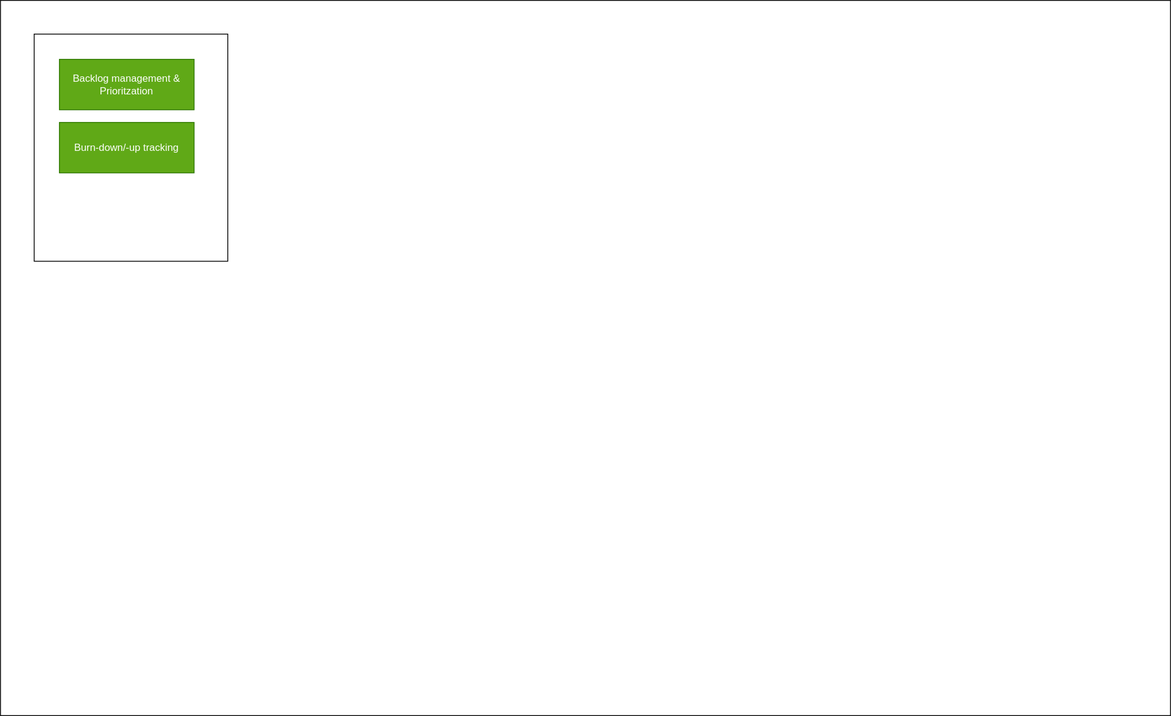
Before: content/technology/architecture/capabilities/devops/devopscapabilities.drawio.svg, a diagram exported from draw.io (Altinn/altinn-studio-docs). Source tidied: cells renumbered, new cells last; positions are measured from the earlier drawing's top-left corner, leaving out a move shared by most shapes. Source of this version:
```xml
<mxGraphModel>
  <root>
    <mxCell id="0" />
    <mxCell id="1" parent="0" />
    <mxCell id="2" style="rounded=0;whiteSpace=wrap;html=1;" parent="1" vertex="1">
      <mxGeometry width="1390" height="850" as="geometry" />
    </mxCell>
    <mxCell id="3" style="rounded=0;whiteSpace=wrap;html=1;" parent="1" vertex="1">
      <mxGeometry x="40" y="40" width="230" height="270" as="geometry" />
    </mxCell>
    <mxCell id="4" value="Backlog management &amp;amp; Prioritzation" style="rounded=0;whiteSpace=wrap;html=1;fillColor=#60a917;fontColor=#ffffff;strokeColor=#2D7600;" parent="1" vertex="1">
      <mxGeometry x="70" y="70" width="160" height="60" as="geometry" />
    </mxCell>
    <mxCell id="5" value="Burn-down/-up tracking" style="rounded=0;whiteSpace=wrap;html=1;fillColor=#60a917;fontColor=#ffffff;strokeColor=#2D7600;" parent="1" vertex="1">
      <mxGeometry x="70" y="145" width="160" height="60" as="geometry" />
    </mxCell>
  </root>
</mxGraphModel>
```
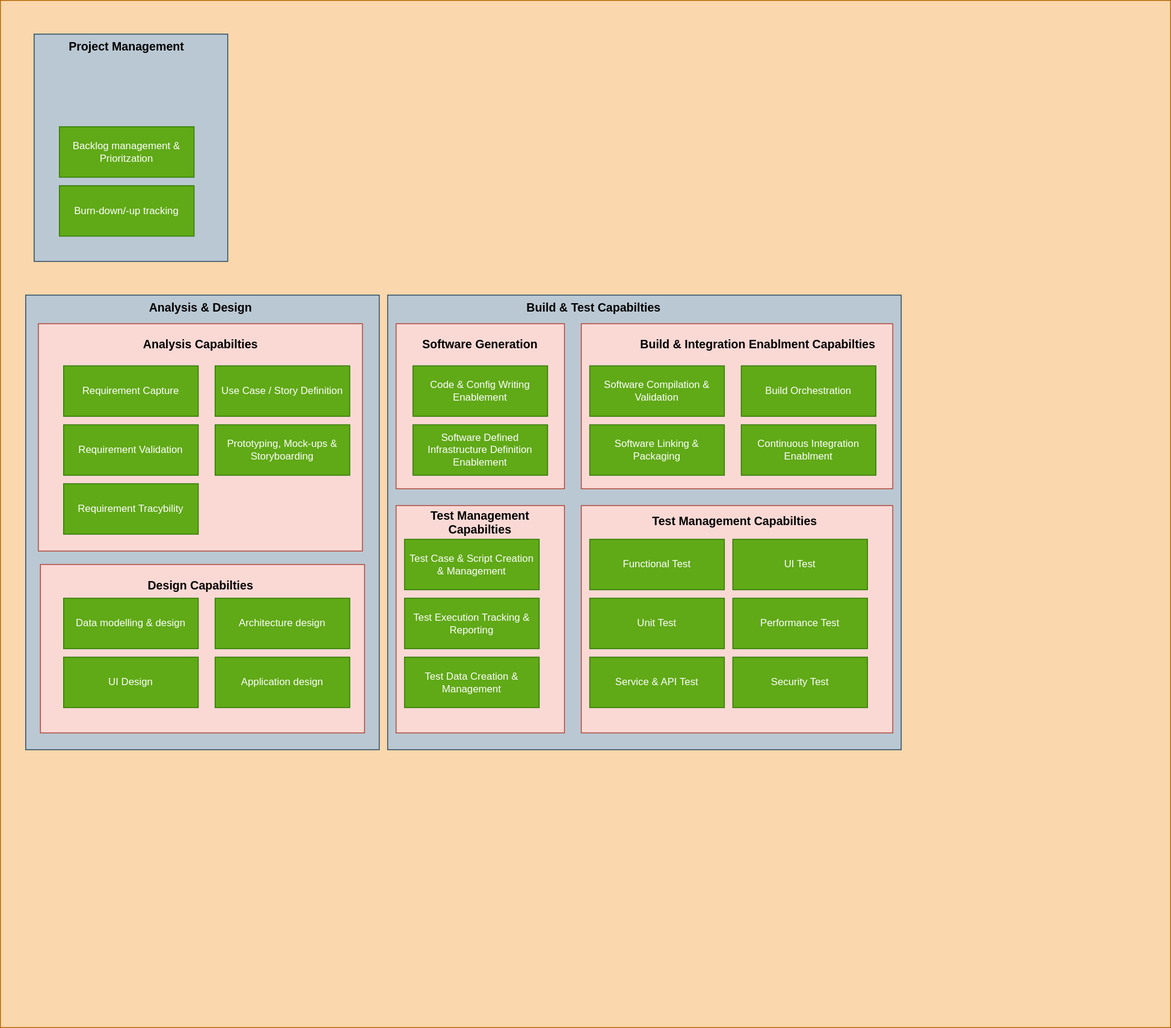
After the change.

Diff of the diagram source:
```diff
@@ -2,17 +2,140 @@
   <root>
     <mxCell id="0" />
     <mxCell id="1" parent="0" />
-    <mxCell id="2" style="rounded=0;whiteSpace=wrap;html=1;" parent="1" vertex="1">
-      <mxGeometry width="1390" height="850" as="geometry" />
+    <mxCell id="2" style="rounded=0;whiteSpace=wrap;html=1;fillColor=#fad7ac;strokeColor=#b46504;" parent="1" vertex="1">
+      <mxGeometry width="1390" height="1220" as="geometry" />
     </mxCell>
-    <mxCell id="3" style="rounded=0;whiteSpace=wrap;html=1;" parent="1" vertex="1">
+    <mxCell id="3" style="rounded=0;whiteSpace=wrap;html=1;fillColor=#bac8d3;strokeColor=#23445d;" parent="1" vertex="1">
       <mxGeometry x="40" y="40" width="230" height="270" as="geometry" />
     </mxCell>
     <mxCell id="4" value="Backlog management &amp;amp; Prioritzation" style="rounded=0;whiteSpace=wrap;html=1;fillColor=#60a917;fontColor=#ffffff;strokeColor=#2D7600;" parent="1" vertex="1">
-      <mxGeometry x="70" y="70" width="160" height="60" as="geometry" />
+      <mxGeometry x="70" y="150" width="160" height="60" as="geometry" />
     </mxCell>
     <mxCell id="5" value="Burn-down/-up tracking" style="rounded=0;whiteSpace=wrap;html=1;fillColor=#60a917;fontColor=#ffffff;strokeColor=#2D7600;" parent="1" vertex="1">
-      <mxGeometry x="70" y="145" width="160" height="60" as="geometry" />
+      <mxGeometry x="70" y="220" width="160" height="60" as="geometry" />
     </mxCell>
+    <mxCell id="6" value="Project Management" style="text;html=1;strokeColor=none;fillColor=none;align=center;verticalAlign=middle;whiteSpace=wrap;rounded=0;fontColor=#000000;fontStyle=1;fontSize=14;" parent="1" vertex="1">
+      <mxGeometry x="45" y="40" width="210" height="30" as="geometry" />
+    </mxCell>
+    <mxCell id="7" style="rounded=0;whiteSpace=wrap;html=1;fillColor=#bac8d3;strokeColor=#23445d;" parent="1" vertex="1">
+      <mxGeometry x="30" y="350" width="420" height="540" as="geometry" />
+    </mxCell>
+    <mxCell id="8" value="Analysis &amp;amp; Design" style="text;html=1;strokeColor=none;fillColor=none;align=center;verticalAlign=middle;whiteSpace=wrap;rounded=0;fontColor=#000000;fontStyle=1;fontSize=14;" parent="1" vertex="1">
+      <mxGeometry x="132.5" y="350" width="210" height="30" as="geometry" />
+    </mxCell>
+    <mxCell id="9" style="rounded=0;whiteSpace=wrap;html=1;fillColor=#fad9d5;strokeColor=#ae4132;" parent="1" vertex="1">
+      <mxGeometry x="45" y="384" width="385" height="270" as="geometry" />
+    </mxCell>
+    <mxCell id="10" value="Analysis Capabilties" style="text;html=1;strokeColor=none;fillColor=none;align=center;verticalAlign=middle;whiteSpace=wrap;rounded=0;fontColor=#000000;fontStyle=1;fontSize=14;" parent="1" vertex="1">
+      <mxGeometry x="132.5" y="394" width="210" height="30" as="geometry" />
+    </mxCell>
+    <mxCell id="11" value="Requirement Capture" style="rounded=0;whiteSpace=wrap;html=1;fillColor=#60a917;fontColor=#ffffff;strokeColor=#2D7600;" parent="1" vertex="1">
+      <mxGeometry x="75" y="434" width="160" height="60" as="geometry" />
+    </mxCell>
+    <mxCell id="12" value="Use Case / Story Definition" style="rounded=0;whiteSpace=wrap;html=1;fillColor=#60a917;fontColor=#ffffff;strokeColor=#2D7600;" parent="1" vertex="1">
+      <mxGeometry x="255" y="434" width="160" height="60" as="geometry" />
+    </mxCell>
+    <mxCell id="13" value="Requirement Validation" style="rounded=0;whiteSpace=wrap;html=1;fillColor=#60a917;fontColor=#ffffff;strokeColor=#2D7600;" parent="1" vertex="1">
+      <mxGeometry x="75" y="504" width="160" height="60" as="geometry" />
+    </mxCell>
+    <mxCell id="14" value="Requirement Tracybility" style="rounded=0;whiteSpace=wrap;html=1;fillColor=#60a917;fontColor=#ffffff;strokeColor=#2D7600;" parent="1" vertex="1">
+      <mxGeometry x="75" y="574" width="160" height="60" as="geometry" />
+    </mxCell>
+    <mxCell id="15" value="Prototyping, Mock-ups &amp;amp; Storyboarding" style="rounded=0;whiteSpace=wrap;html=1;fillColor=#60a917;fontColor=#ffffff;strokeColor=#2D7600;" parent="1" vertex="1">
+      <mxGeometry x="255" y="504" width="160" height="60" as="geometry" />
+    </mxCell>
+    <mxCell id="16" style="rounded=0;whiteSpace=wrap;html=1;fillColor=#fad9d5;strokeColor=#ae4132;" parent="1" vertex="1">
+      <mxGeometry x="47.5" y="670" width="385" height="200" as="geometry" />
+    </mxCell>
+    <mxCell id="17" value="Data modelling &amp;amp; design" style="rounded=0;whiteSpace=wrap;html=1;fillColor=#60a917;fontColor=#ffffff;strokeColor=#2D7600;" parent="1" vertex="1">
+      <mxGeometry x="75" y="710" width="160" height="60" as="geometry" />
+    </mxCell>
+    <mxCell id="18" value="Architecture design" style="rounded=0;whiteSpace=wrap;html=1;fillColor=#60a917;fontColor=#ffffff;strokeColor=#2D7600;" parent="1" vertex="1">
+      <mxGeometry x="255" y="710" width="160" height="60" as="geometry" />
+    </mxCell>
+    <mxCell id="19" value="UI Design" style="rounded=0;whiteSpace=wrap;html=1;fillColor=#60a917;fontColor=#ffffff;strokeColor=#2D7600;" parent="1" vertex="1">
+      <mxGeometry x="75" y="780" width="160" height="60" as="geometry" />
+    </mxCell>
+    <mxCell id="20" value="Application design" style="rounded=0;whiteSpace=wrap;html=1;fillColor=#60a917;fontColor=#ffffff;strokeColor=#2D7600;" parent="1" vertex="1">
+      <mxGeometry x="255" y="780" width="160" height="60" as="geometry" />
+    </mxCell>
+    <mxCell id="21" value="Design Capabilties" style="text;html=1;strokeColor=none;fillColor=none;align=center;verticalAlign=middle;whiteSpace=wrap;rounded=0;fontColor=#000000;fontStyle=1;fontSize=14;" parent="1" vertex="1">
+      <mxGeometry x="132.5" y="680" width="210" height="30" as="geometry" />
+    </mxCell>
+    <mxCell id="22" style="rounded=0;whiteSpace=wrap;html=1;fillColor=#bac8d3;strokeColor=#23445d;" parent="1" vertex="1">
+      <mxGeometry x="460" y="350" width="610" height="540" as="geometry" />
+    </mxCell>
+    <mxCell id="23" style="rounded=0;whiteSpace=wrap;html=1;fillColor=#fad9d5;strokeColor=#ae4132;" parent="1" vertex="1">
+      <mxGeometry x="470" y="384" width="200" height="196" as="geometry" />
+    </mxCell>
+    <mxCell id="24" value="Code &amp;amp; Config Writing Enablement" style="rounded=0;whiteSpace=wrap;html=1;fillColor=#60a917;fontColor=#ffffff;strokeColor=#2D7600;" parent="1" vertex="1">
+      <mxGeometry x="490" y="434" width="160" height="60" as="geometry" />
+    </mxCell>
+    <mxCell id="25" value="Software Defined Infrastructure Definition Enablement" style="rounded=0;whiteSpace=wrap;html=1;fillColor=#60a917;fontColor=#ffffff;strokeColor=#2D7600;" parent="1" vertex="1">
+      <mxGeometry x="490" y="504" width="160" height="60" as="geometry" />
+    </mxCell>
+    <mxCell id="26" value="Software Generation" style="text;html=1;strokeColor=none;fillColor=none;align=center;verticalAlign=middle;whiteSpace=wrap;rounded=0;fontColor=#000000;fontStyle=1;fontSize=14;" parent="1" vertex="1">
+      <mxGeometry x="465" y="394" width="210" height="30" as="geometry" />
+    </mxCell>
+    <mxCell id="27" style="rounded=0;whiteSpace=wrap;html=1;fillColor=#fad9d5;strokeColor=#ae4132;" parent="1" vertex="1">
+      <mxGeometry x="690" y="384" width="370" height="196" as="geometry" />
+    </mxCell>
+    <mxCell id="28" value="Build &amp;amp; Integration Enablment Capabilties" style="text;html=1;strokeColor=none;fillColor=none;align=center;verticalAlign=middle;whiteSpace=wrap;rounded=0;fontColor=#000000;fontStyle=1;fontSize=14;" parent="1" vertex="1">
+      <mxGeometry x="745" y="394" width="310" height="30" as="geometry" />
+    </mxCell>
+    <mxCell id="29" value="Software Compilation &amp;amp; Validation" style="rounded=0;whiteSpace=wrap;html=1;fillColor=#60a917;fontColor=#ffffff;strokeColor=#2D7600;" parent="1" vertex="1">
+      <mxGeometry x="700" y="434" width="160" height="60" as="geometry" />
+    </mxCell>
+    <mxCell id="30" value="Build Orchestration" style="rounded=0;whiteSpace=wrap;html=1;fillColor=#60a917;fontColor=#ffffff;strokeColor=#2D7600;" parent="1" vertex="1">
+      <mxGeometry x="880" y="434" width="160" height="60" as="geometry" />
+    </mxCell>
+    <mxCell id="31" value="Continuous Integration Enablment" style="rounded=0;whiteSpace=wrap;html=1;fillColor=#60a917;fontColor=#ffffff;strokeColor=#2D7600;" parent="1" vertex="1">
+      <mxGeometry x="880" y="504" width="160" height="60" as="geometry" />
+    </mxCell>
+    <mxCell id="32" value="Software Linking &amp;amp; Packaging" style="rounded=0;whiteSpace=wrap;html=1;fillColor=#60a917;fontColor=#ffffff;strokeColor=#2D7600;" parent="1" vertex="1">
+      <mxGeometry x="700" y="504" width="160" height="60" as="geometry" />
+    </mxCell>
+    <mxCell id="33" style="rounded=0;whiteSpace=wrap;html=1;fillColor=#fad9d5;strokeColor=#ae4132;fontStyle=1;" parent="1" vertex="1">
+      <mxGeometry x="470" y="600" width="200" height="270" as="geometry" />
+    </mxCell>
+    <mxCell id="34" value="Test Management Capabilties" style="text;html=1;strokeColor=none;fillColor=none;align=center;verticalAlign=middle;whiteSpace=wrap;rounded=0;fontColor=#000000;fontStyle=1;fontSize=14;" parent="1" vertex="1">
+      <mxGeometry x="510" y="605" width="120" height="30" as="geometry" />
+    </mxCell>
+    <mxCell id="35" value="Test Execution Tracking &amp;amp; Reporting" style="rounded=0;whiteSpace=wrap;html=1;fillColor=#60a917;fontColor=#ffffff;strokeColor=#2D7600;" parent="1" vertex="1">
+      <mxGeometry x="480" y="710" width="160" height="60" as="geometry" />
+    </mxCell>
+    <mxCell id="36" value="Test Case &amp;amp; Script Creation &amp;amp; Management" style="rounded=0;whiteSpace=wrap;html=1;fillColor=#60a917;fontColor=#ffffff;strokeColor=#2D7600;" parent="1" vertex="1">
+      <mxGeometry x="480" y="640" width="160" height="60" as="geometry" />
+    </mxCell>
+    <mxCell id="37" value="Test Data Creation &amp;amp; Management" style="rounded=0;whiteSpace=wrap;html=1;fillColor=#60a917;fontColor=#ffffff;strokeColor=#2D7600;" parent="1" vertex="1">
+      <mxGeometry x="480" y="780" width="160" height="60" as="geometry" />
+    </mxCell>
+    <mxCell id="38" style="rounded=0;whiteSpace=wrap;html=1;fillColor=#fad9d5;strokeColor=#ae4132;fontStyle=1;" parent="1" vertex="1">
+      <mxGeometry x="690" y="600" width="370" height="270" as="geometry" />
+    </mxCell>
+    <mxCell id="39" value="Functional Test" style="rounded=0;whiteSpace=wrap;html=1;fillColor=#60a917;fontColor=#ffffff;strokeColor=#2D7600;" parent="1" vertex="1">
+      <mxGeometry x="700" y="640" width="160" height="60" as="geometry" />
+    </mxCell>
+    <mxCell id="40" value="Unit Test" style="rounded=0;whiteSpace=wrap;html=1;fillColor=#60a917;fontColor=#ffffff;strokeColor=#2D7600;" parent="1" vertex="1">
+      <mxGeometry x="700" y="710" width="160" height="60" as="geometry" />
+    </mxCell>
+    <mxCell id="41" value="Service &amp;amp; API Test" style="rounded=0;whiteSpace=wrap;html=1;fillColor=#60a917;fontColor=#ffffff;strokeColor=#2D7600;" parent="1" vertex="1">
+      <mxGeometry x="700" y="780" width="160" height="60" as="geometry" />
+    </mxCell>
+    <mxCell id="42" value="UI Test" style="rounded=0;whiteSpace=wrap;html=1;fillColor=#60a917;fontColor=#ffffff;strokeColor=#2D7600;" parent="1" vertex="1">
+      <mxGeometry x="870" y="640" width="160" height="60" as="geometry" />
+    </mxCell>
+    <mxCell id="43" value="Performance Test" style="rounded=0;whiteSpace=wrap;html=1;fillColor=#60a917;fontColor=#ffffff;strokeColor=#2D7600;" parent="1" vertex="1">
+      <mxGeometry x="870" y="710" width="160" height="60" as="geometry" />
+    </mxCell>
+    <mxCell id="44" value="Security Test" style="rounded=0;whiteSpace=wrap;html=1;fillColor=#60a917;fontColor=#ffffff;strokeColor=#2D7600;" parent="1" vertex="1">
+      <mxGeometry x="870" y="780" width="160" height="60" as="geometry" />
+    </mxCell>
+    <mxCell id="45" value="Test Management Capabilties" style="text;html=1;strokeColor=none;fillColor=none;align=center;verticalAlign=middle;whiteSpace=wrap;rounded=0;fontColor=#000000;fontStyle=1;fontSize=14;" parent="1" vertex="1">
+      <mxGeometry x="745" y="604" width="255" height="30" as="geometry" />
+    </mxCell>
+    <mxCell id="46" value="Build &amp;amp; Test Capabilties" style="text;html=1;strokeColor=none;fillColor=none;align=center;verticalAlign=middle;whiteSpace=wrap;rounded=0;fontColor=#000000;fontStyle=1;fontSize=14;" parent="1" vertex="1">
+      <mxGeometry x="600" y="350" width="210" height="30" as="geometry" />
+    </mxCell>
   </root>
 </mxGraphModel>
```
